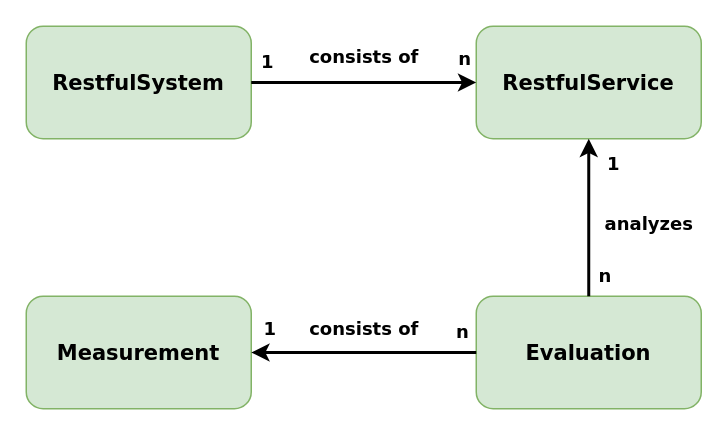
Before: docs/domain-model.drawio in restful-ma/rama-cli, a draw.io diagram. Source tidied: cells renumbered, new cells numbered last; positions are measured from the earlier drawing's top-left corner, leaving out a move shared by most shapes. Both pictures are drawn from the tidied source at 150%, with x=0, y=0 at pixel (26, 26).
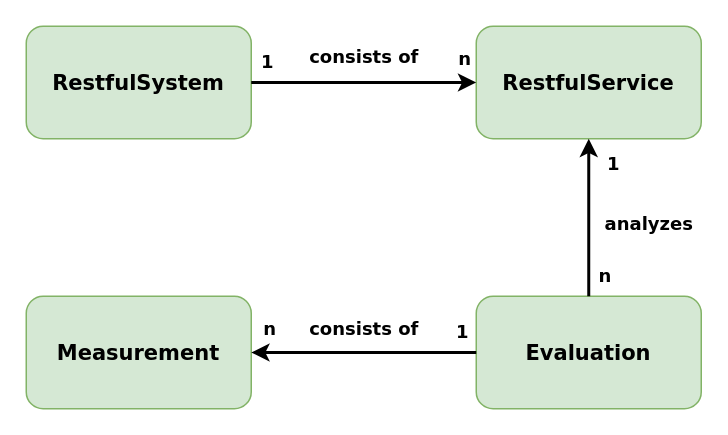
The same diagram, later.

Commit message (it also covers changes not shown here):
Fixed domain model diagram

Change to the diagram source:
```diff
@@
 <mxGraphModel>
   <root>
     <mxCell id="0" />
     <mxCell id="1" parent="0" />
     <mxCell id="2" value="RestfulSystem" style="rounded=1;whiteSpace=wrap;html=1;fillColor=#d5e8d4;strokeColor=#82b366;fontStyle=1;fontFamily=Verdana;fontSize=14;" parent="1" vertex="1">
       <mxGeometry width="150" height="75" as="geometry" />
     </mxCell>
     <mxCell id="3" value="RestfulService" style="rounded=1;whiteSpace=wrap;html=1;fillColor=#d5e8d4;strokeColor=#82b366;fontStyle=1;fontFamily=Verdana;fontSize=14;" parent="1" vertex="1">
       <mxGeometry x="300" width="150" height="75" as="geometry" />
     </mxCell>
     <mxCell id="4" value="consists of" style="endArrow=classic;html=1;edgeStyle=orthogonalEdgeStyle;fontFamily=Verdana;fontSize=12;rounded=0;endFill=1;strokeWidth=2;fontStyle=1;spacingBottom=-3;spacingRight=-9;" parent="1" edge="1" source="2" target="3">
       <mxGeometry x="-0.07" y="18" relative="1" as="geometry" />
     </mxCell>
     <mxCell id="5" value="1" style="html=1;align=left;verticalAlign=bottom;labelBackgroundColor=#ffffff;fontSize=12;spacingBottom=-2;spacingLeft=-5;fontFamily=Verdana;fontStyle=1;" parent="4" vertex="1">
       <mxGeometry x="-1" relative="1" as="geometry">
         <mxPoint x="10" y="-7.5" as="offset" />
       </mxGeometry>
     </mxCell>
     <mxCell id="6" value="n" style="html=1;align=right;verticalAlign=bottom;labelBackgroundColor=#ffffff;fontSize=12;fontStyle=1;spacingRight=-4;spacingLeft=0;fontFamily=Verdana;" parent="4" vertex="1">
       <mxGeometry x="1" relative="1" as="geometry">
         <mxPoint x="-7.5" y="-7.5" as="offset" />
       </mxGeometry>
     </mxCell>
     <mxCell id="7" value="Evaluation" style="rounded=1;whiteSpace=wrap;html=1;fillColor=#d5e8d4;strokeColor=#82b366;fontStyle=1;fontFamily=Verdana;fontSize=14;" parent="1" vertex="1">
       <mxGeometry x="300" y="180" width="150" height="75" as="geometry" />
     </mxCell>
     <mxCell id="8" value="analyzes" style="endArrow=classic;html=1;edgeStyle=orthogonalEdgeStyle;fontFamily=Verdana;fontSize=12;rounded=0;endFill=1;strokeWidth=2;fontStyle=1;spacingBottom=-3;spacingRight=-9;" parent="1" edge="1" source="7" target="3">
       <mxGeometry x="-0.05" y="-35" relative="1" as="geometry" />
     </mxCell>
     <mxCell id="9" value="n" style="html=1;align=left;verticalAlign=bottom;labelBackgroundColor=#ffffff;fontSize=12;spacingBottom=-2;spacingLeft=-5;fontFamily=Verdana;fontStyle=1;" parent="8" vertex="1">
       <mxGeometry x="-1" relative="1" as="geometry">
         <mxPoint x="10" y="-7.5" as="offset" />
       </mxGeometry>
     </mxCell>
     <mxCell id="10" value="1" style="html=1;align=right;verticalAlign=bottom;labelBackgroundColor=#ffffff;fontSize=12;fontStyle=1;spacingRight=-6;spacingLeft=0;fontFamily=Verdana;" parent="8" vertex="1">
       <mxGeometry x="1" relative="1" as="geometry">
         <mxPoint x="15" y="25" as="offset" />
       </mxGeometry>
     </mxCell>
     <mxCell id="11" value="Measurement" style="rounded=1;whiteSpace=wrap;html=1;fillColor=#d5e8d4;strokeColor=#82b366;fontStyle=1;fontFamily=Verdana;fontSize=14;" parent="1" vertex="1">
       <mxGeometry y="180" width="150" height="75" as="geometry" />
     </mxCell>
     <mxCell id="12" value="consists of" style="endArrow=classic;html=1;edgeStyle=orthogonalEdgeStyle;fontFamily=Verdana;fontSize=12;rounded=0;endFill=1;strokeWidth=2;fontStyle=1;spacingBottom=-3;spacingRight=-9;" parent="1" edge="1" source="7" target="11">
       <mxGeometry x="0.07" y="-17" relative="1" as="geometry" />
     </mxCell>
-    <mxCell id="13" value="n" style="html=1;align=left;verticalAlign=bottom;labelBackgroundColor=#ffffff;fontSize=12;spacingBottom=-2;spacingLeft=-5;fontFamily=Verdana;fontStyle=1;" parent="12" vertex="1">
+    <mxCell id="13" value="1" style="html=1;align=left;verticalAlign=bottom;labelBackgroundColor=#ffffff;fontSize=12;spacingBottom=-2;spacingLeft=-5;fontFamily=Verdana;fontStyle=1;" parent="12" vertex="1">
       <mxGeometry x="-1" relative="1" as="geometry">
         <mxPoint x="-10" y="-7.5" as="offset" />
       </mxGeometry>
     </mxCell>
-    <mxCell id="14" value="1" style="html=1;align=right;verticalAlign=bottom;labelBackgroundColor=#ffffff;fontSize=12;fontStyle=1;spacingRight=-6;spacingLeft=0;fontFamily=Verdana;" parent="12" vertex="1">
+    <mxCell id="14" value="n" style="html=1;align=right;verticalAlign=bottom;labelBackgroundColor=#ffffff;fontSize=12;fontStyle=1;spacingRight=-6;spacingLeft=0;fontFamily=Verdana;" parent="12" vertex="1">
       <mxGeometry x="1" relative="1" as="geometry">
         <mxPoint x="10.5" y="-7.5" as="offset" />
       </mxGeometry>
     </mxCell>
   </root>
 </mxGraphModel>
```
